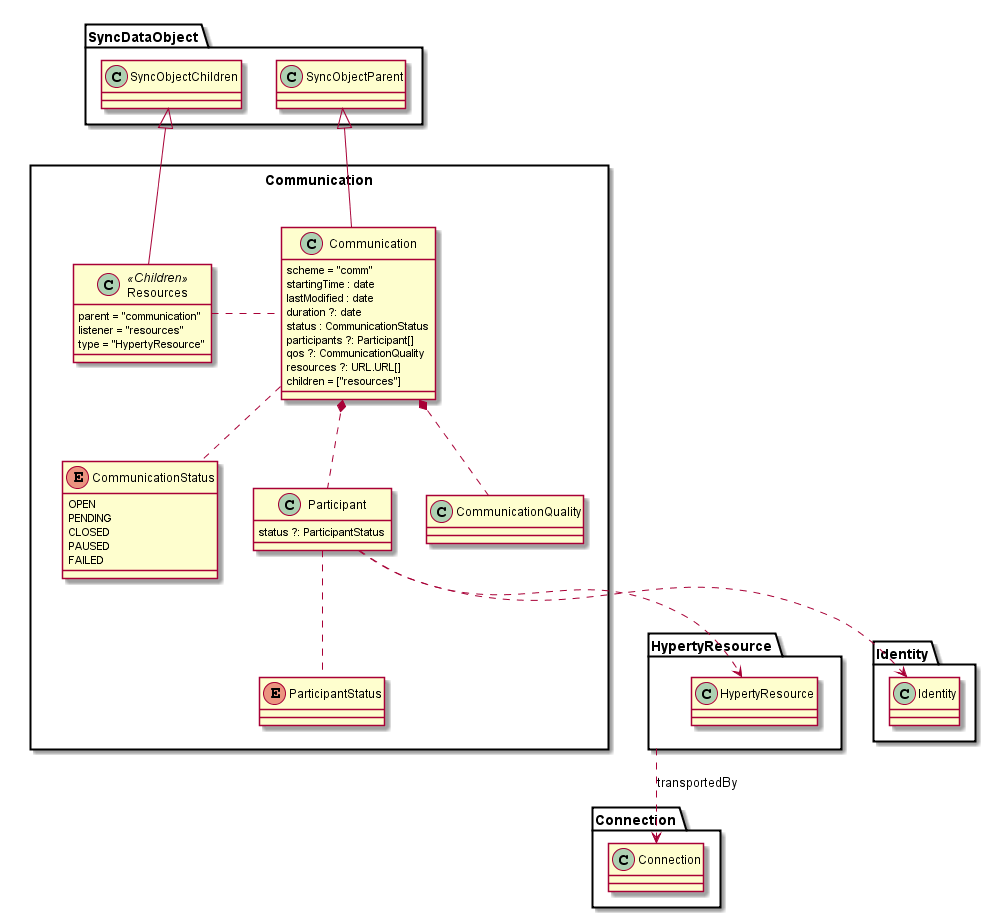
Earlier version of the PlantUML export docs/datamodel/data-objects/communication/Communication-Data-Object-Model.png (reTHINK-project/dev-service-framework). Source of this version:
```plantuml
@startuml "../../docs/datamodel/data-objects/communication/Communication-Data-Object-Model.png"

package Communication <<Rect>> {

	class Communication {
		scheme = "comm"
		startingTime : date
		lastModified : date
		duration ?: date
		status : CommunicationStatus
		participants ?: Participant[]
		qos ?: CommunicationQuality
		resources ?: URL.URL[]
		children = ["resources"]
	}

	class Resources <<Children>> {
		parent = "communication"
		listener = "resources"
		type = "HypertyResource"
	}


	enum CommunicationStatus {
		OPEN
		PENDING
		CLOSED
		PAUSED
		FAILED
	}

	enum ParticipantStatus {
	}

	class Participant {
		status ?: ParticipantStatus
	}

	class CommunicationQuality {
	}

	Communication -up-|> SyncDataObject.SyncObjectParent
	Resources -up-|> SyncDataObject.SyncObjectChildren
	Communication .. CommunicationStatus
	Communication .left. Resources
	Communication *.. Participant
	Communication *.. CommunicationQuality
	Participant .. ParticipantStatus
	Participant ..> HypertyResource.HypertyResource
	Participant ..> Identity.Identity

	HypertyResource ..> Connection.Connection : transportedBy
}

@enduml
```
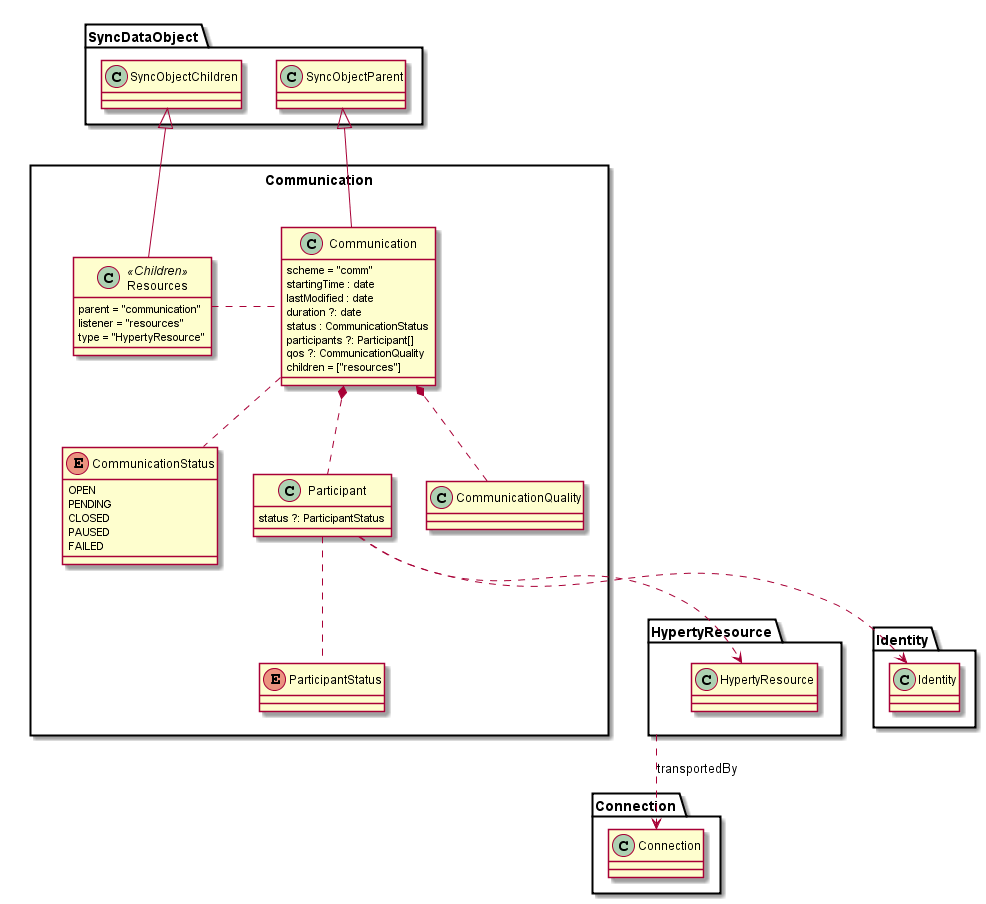
The same file after the commit.

Commit message:
"resources" added to SyncDataObject and removed from Communication data object. "type" removed from Context data object as well

What changed in the source:
```diff
@@ -10,7 +10,6 @@
 		status : CommunicationStatus
 		participants ?: Participant[]
 		qos ?: CommunicationQuality
-		resources ?: URL.URL[]
 		children = ["resources"]
 	}
 
```
